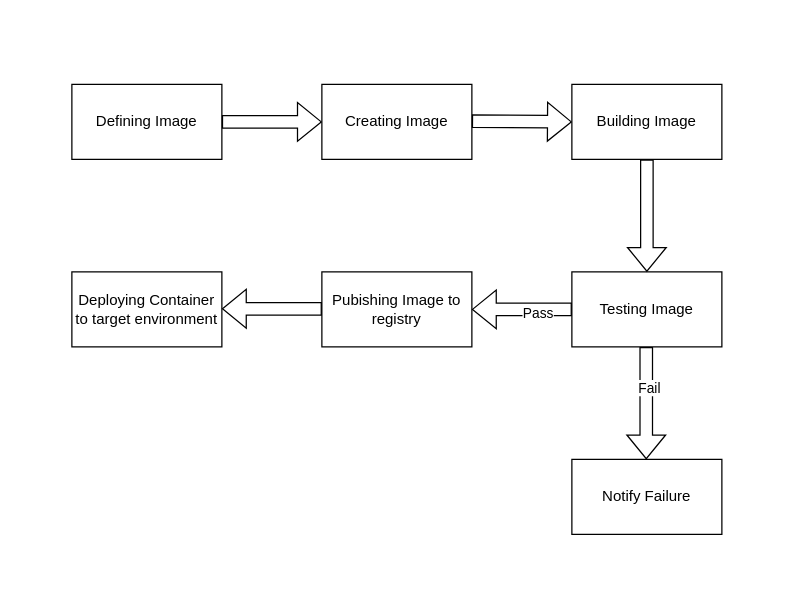
Earlier version of the draw.io diagram Untitled Diagram.drawio (aliqamer/images). Source tidied: cells renumbered, new cells numbered last; positions are measured from the earlier drawing's top-left corner, leaving out a move shared by most shapes. Both pictures are drawn from the tidied source at 125%, with x=0, y=0 at pixel (71, 84).
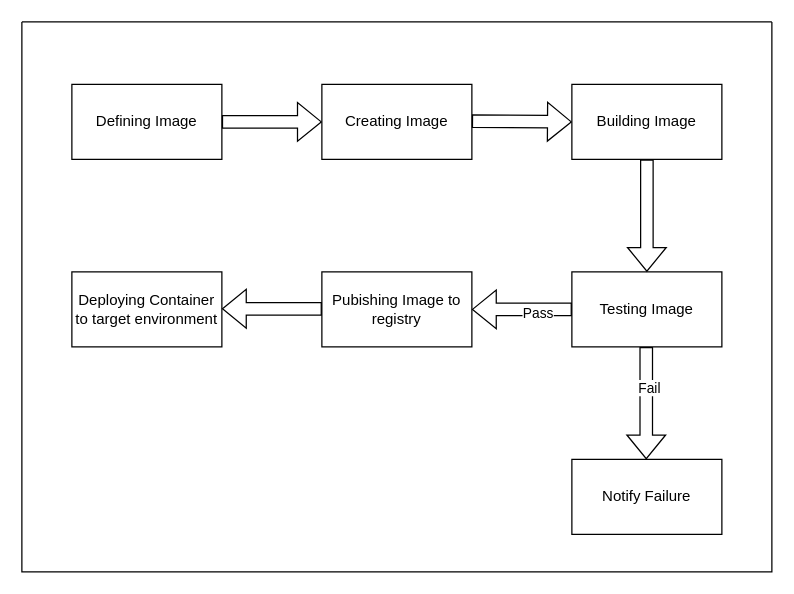
The same diagram, later.

Commit message (it also covers changes not shown here):
Update docker workflow Diagram.drawio

Change to the diagram source:
```diff
@@
+    <mxCell id="17" style="swimlane;startSize=0;" parent="1" vertex="1">
+      <mxGeometry x="-40" y="-50" width="600" height="440" as="geometry" />
+    </mxCell>
```
